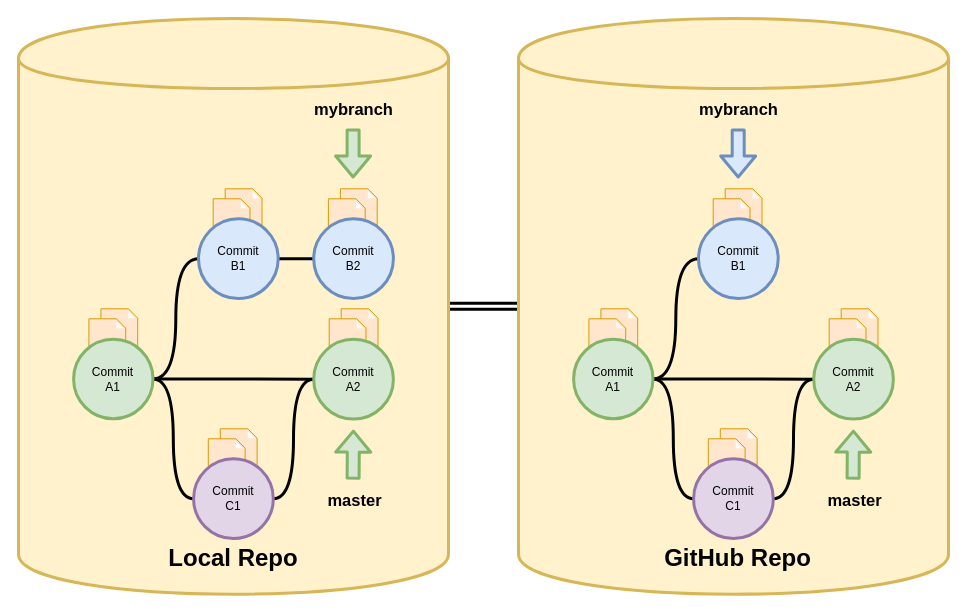
Above: github-jupyter/git-github-summary.drawio in shadanan/shadanan.github.io (draw.io), before the change. Source tidied: cells renumbered, new cells numbered last; positions are measured from the earlier drawing's top-left corner, leaving out a move shared by most shapes. Both pictures are drawn from the tidied source at 100%, with x=0, y=0 at pixel (18, 18).
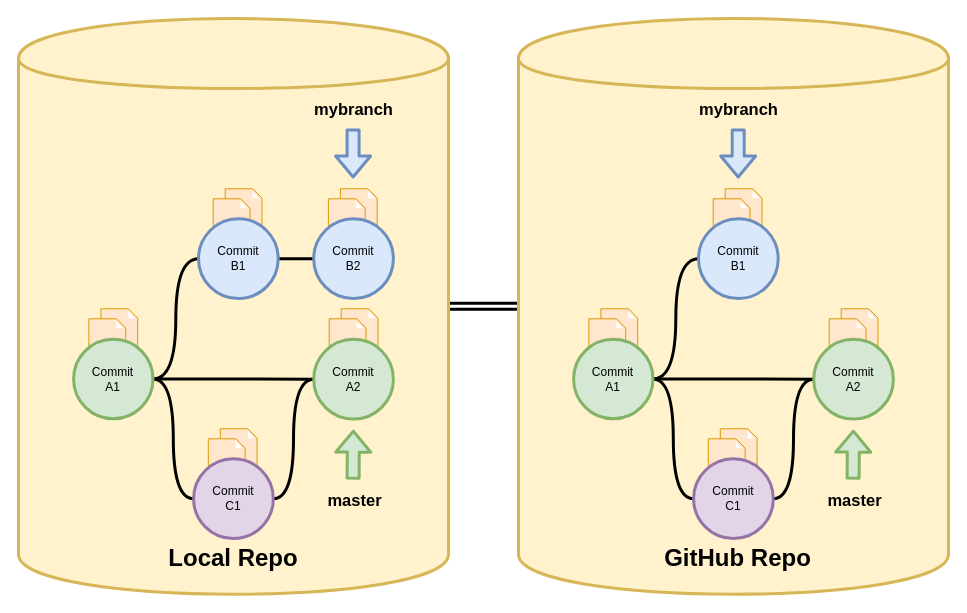
Above is the later version.

The edit, as a diff of the source:
```diff
@@
-    <mxCell id="27" style="shape=flexArrow;endArrow=classic;html=1;strokeWidth=3;fillColor=#d5e8d4;strokeColor=#82b366;" parent="1" edge="1">
+    <mxCell id="27" style="shape=flexArrow;endArrow=classic;html=1;strokeWidth=3;fillColor=#dae8fc;strokeColor=#6c8ebf;" parent="1" edge="1">
       <mxGeometry relative="1" as="geometry">
         <mxPoint x="334.6" y="110" as="sourcePoint" />
         <mxPoint x="334.6" y="160" as="targetPoint" />
       </mxGeometry>
     </mxCell>
```
